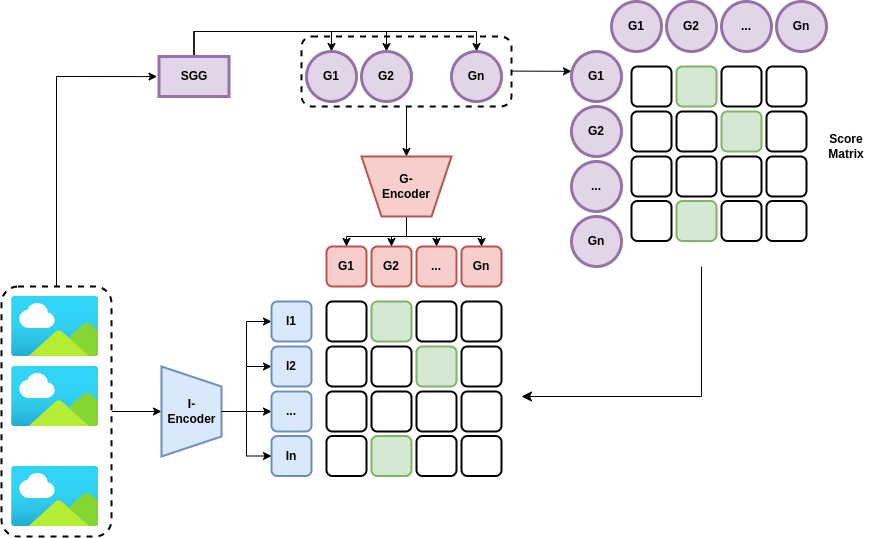
Earlier version of the draw.io export IMG/Model2.png (PDD0911-HCMUS/SG-Retrieval). Source tidied: cells renumbered, new cells last; positions are measured from the earlier drawing's top-left corner, leaving out a move shared by most shapes.
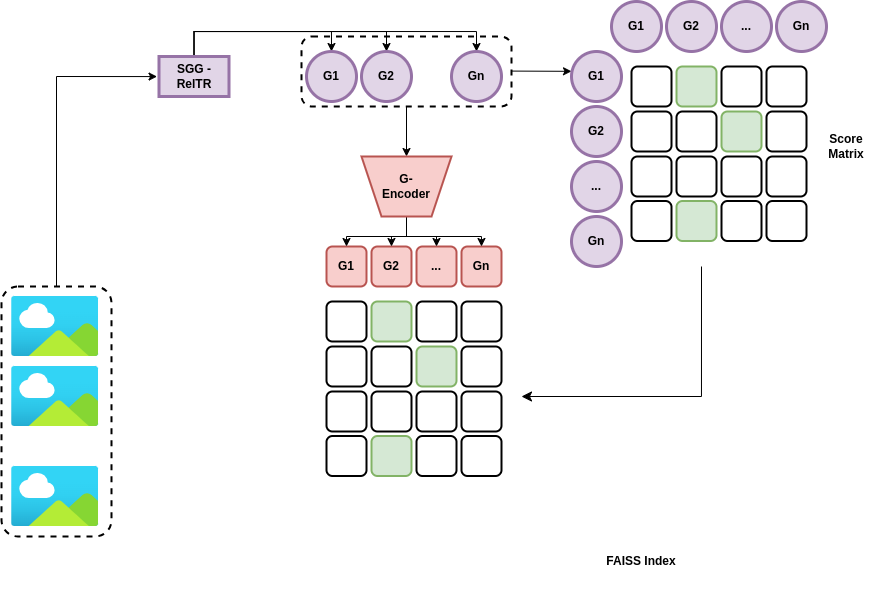
The same diagram one commit later.

Change to the diagram source:
```diff
@@ -8,9 +8,6 @@
     <mxCell id="3" style="rounded=1;whiteSpace=wrap;html=1;dashed=1;strokeWidth=2;" parent="1" vertex="1">
       <mxGeometry x="300" y="35" width="210" height="70" as="geometry" />
     </mxCell>
-    <mxCell id="4" style="edgeStyle=orthogonalEdgeStyle;rounded=0;jettySize=auto;html=1;entryX=0.5;entryY=1;entryDx=0;entryDy=0;" parent="1" edge="1" source="5" target="13">
-      <mxGeometry relative="1" as="geometry" />
-    </mxCell>
     <mxCell id="5" style="rounded=1;whiteSpace=wrap;html=1;dashed=1;strokeWidth=2;" parent="1" vertex="1">
       <mxGeometry y="285" width="110" height="250" as="geometry" />
     </mxCell>
@@ -30,24 +27,6 @@
         </Array>
       </mxGeometry>
     </mxCell>
-    <mxCell id="10" style="edgeStyle=orthogonalEdgeStyle;rounded=0;jettySize=auto;html=1;entryX=0;entryY=0.5;entryDx=0;entryDy=0;fontStyle=1;" parent="1" edge="1" source="13" target="21">
-      <mxGeometry relative="1" as="geometry" />
-    </mxCell>
-    <mxCell id="11" style="edgeStyle=orthogonalEdgeStyle;rounded=0;jettySize=auto;html=1;entryX=0;entryY=0.5;entryDx=0;entryDy=0;fontStyle=1;" parent="1" edge="1" source="13" target="23">
-      <mxGeometry relative="1" as="geometry" />
-    </mxCell>
-    <mxCell id="12" style="edgeStyle=orthogonalEdgeStyle;rounded=0;jettySize=auto;html=1;entryX=0;entryY=0.5;entryDx=0;entryDy=0;fontStyle=1;" parent="1" edge="1" source="13" target="42">
-      <mxGeometry relative="1" as="geometry" />
-    </mxCell>
-    <mxCell id="13" style="shape=trapezoid;perimeter=trapezoidPerimeter;whiteSpace=wrap;html=1;fixedSize=1;rotation=90;fillColor=#dae8fc;strokeColor=#6c8ebf;strokeWidth=2;" parent="1" vertex="1">
-      <mxGeometry x="145" y="380" width="90" height="60" as="geometry" />
-    </mxCell>
-    <mxCell id="14" style="edgeStyle=orthogonalEdgeStyle;rounded=0;jettySize=auto;html=1;entryX=0;entryY=0.5;entryDx=0;entryDy=0;exitX=0.5;exitY=0;exitDx=0;exitDy=0;fontStyle=1;" parent="1" edge="1" source="13" target="22">
-      <mxGeometry relative="1" as="geometry" />
-    </mxCell>
-    <mxCell id="15" value="I-Encoder" style="text;html=1;align=center;verticalAlign=middle;whiteSpace=wrap;rounded=0;fontStyle=1;fillColor=#dae8fc;strokeColor=none;strokeWidth=0;" parent="1" vertex="1">
-      <mxGeometry x="162.5" y="395" width="55" height="30" as="geometry" />
-    </mxCell>
     <mxCell id="16" style="edgeStyle=orthogonalEdgeStyle;rounded=0;jettySize=auto;html=1;entryX=0.5;entryY=0;entryDx=0;entryDy=0;exitX=0.5;exitY=0;exitDx=0;exitDy=0;" parent="1" edge="1" source="19" target="20">
       <mxGeometry relative="1" as="geometry" />
     </mxCell>
@@ -67,21 +46,12 @@
         </Array>
       </mxGeometry>
     </mxCell>
-    <mxCell id="19" value="SGG" style="rounded=0;whiteSpace=wrap;html=1;fontStyle=1;fillColor=#e1d5e7;strokeColor=#9673a6;strokeWidth=3;" parent="1" vertex="1">
+    <mxCell id="19" value="SGG - RelTR" style="rounded=0;whiteSpace=wrap;html=1;fontStyle=1;fillColor=#e1d5e7;strokeColor=#9673a6;strokeWidth=3;" parent="1" vertex="1">
       <mxGeometry x="157.5" y="55" width="70" height="40" as="geometry" />
     </mxCell>
     <mxCell id="20" value="G1" style="ellipse;whiteSpace=wrap;html=1;fontStyle=1;fillColor=#e1d5e7;strokeColor=#9673a6;strokeWidth=3;" parent="1" vertex="1">
       <mxGeometry x="305" y="50" width="50" height="50" as="geometry" />
     </mxCell>
-    <mxCell id="21" value="I1" style="rounded=1;whiteSpace=wrap;html=1;strokeWidth=2;fillColor=#dae8fc;strokeColor=#6c8ebf;fontStyle=1;" parent="1" vertex="1">
-      <mxGeometry x="270" y="300" width="40" height="40" as="geometry" />
-    </mxCell>
-    <mxCell id="22" value="I2" style="rounded=1;whiteSpace=wrap;html=1;strokeWidth=2;fillColor=#dae8fc;strokeColor=#6c8ebf;fontStyle=1;" parent="1" vertex="1">
-      <mxGeometry x="270" y="345" width="40" height="40" as="geometry" />
-    </mxCell>
-    <mxCell id="23" value="..." style="rounded=1;whiteSpace=wrap;html=1;strokeWidth=2;fillColor=#dae8fc;strokeColor=#6c8ebf;fontStyle=1;" parent="1" vertex="1">
-      <mxGeometry x="270" y="390" width="40" height="40" as="geometry" />
-    </mxCell>
     <mxCell id="24" value="G2" style="ellipse;whiteSpace=wrap;html=1;fontStyle=1;fillColor=#e1d5e7;strokeColor=#9673a6;strokeWidth=3;" parent="1" vertex="1">
       <mxGeometry x="360" y="50" width="50" height="50" as="geometry" />
     </mxCell>
@@ -136,9 +106,6 @@
     <mxCell id="41" style="rounded=1;whiteSpace=wrap;html=1;strokeWidth=2;fontStyle=1;" parent="1" vertex="1">
       <mxGeometry x="415" y="390" width="40" height="40" as="geometry" />
     </mxCell>
-    <mxCell id="42" value="In" style="rounded=1;whiteSpace=wrap;html=1;strokeWidth=2;fillColor=#dae8fc;strokeColor=#6c8ebf;fontStyle=1;" parent="1" vertex="1">
-      <mxGeometry x="270" y="434.5" width="40" height="40" as="geometry" />
-    </mxCell>
     <mxCell id="43" style="rounded=1;whiteSpace=wrap;html=1;strokeWidth=2;fontStyle=1;" parent="1" vertex="1">
       <mxGeometry x="325" y="434.5" width="40" height="40" as="geometry" />
     </mxCell>
@@ -264,5 +231,8 @@
     <mxCell id="79" value="&lt;b&gt;Score Matrix&lt;/b&gt;" style="text;html=1;align=center;verticalAlign=middle;whiteSpace=wrap;rounded=0;" parent="1" vertex="1">
       <mxGeometry x="810" y="130" width="70" height="30" as="geometry" />
     </mxCell>
+    <mxCell id="80" value="&lt;b&gt;FAISS Index&lt;/b&gt;" style="text;html=1;align=center;verticalAlign=middle;whiteSpace=wrap;rounded=0;" parent="1" vertex="1">
+      <mxGeometry x="570" y="525" width="140" height="70" as="geometry" />
+    </mxCell>
   </root>
 </mxGraphModel>
```
